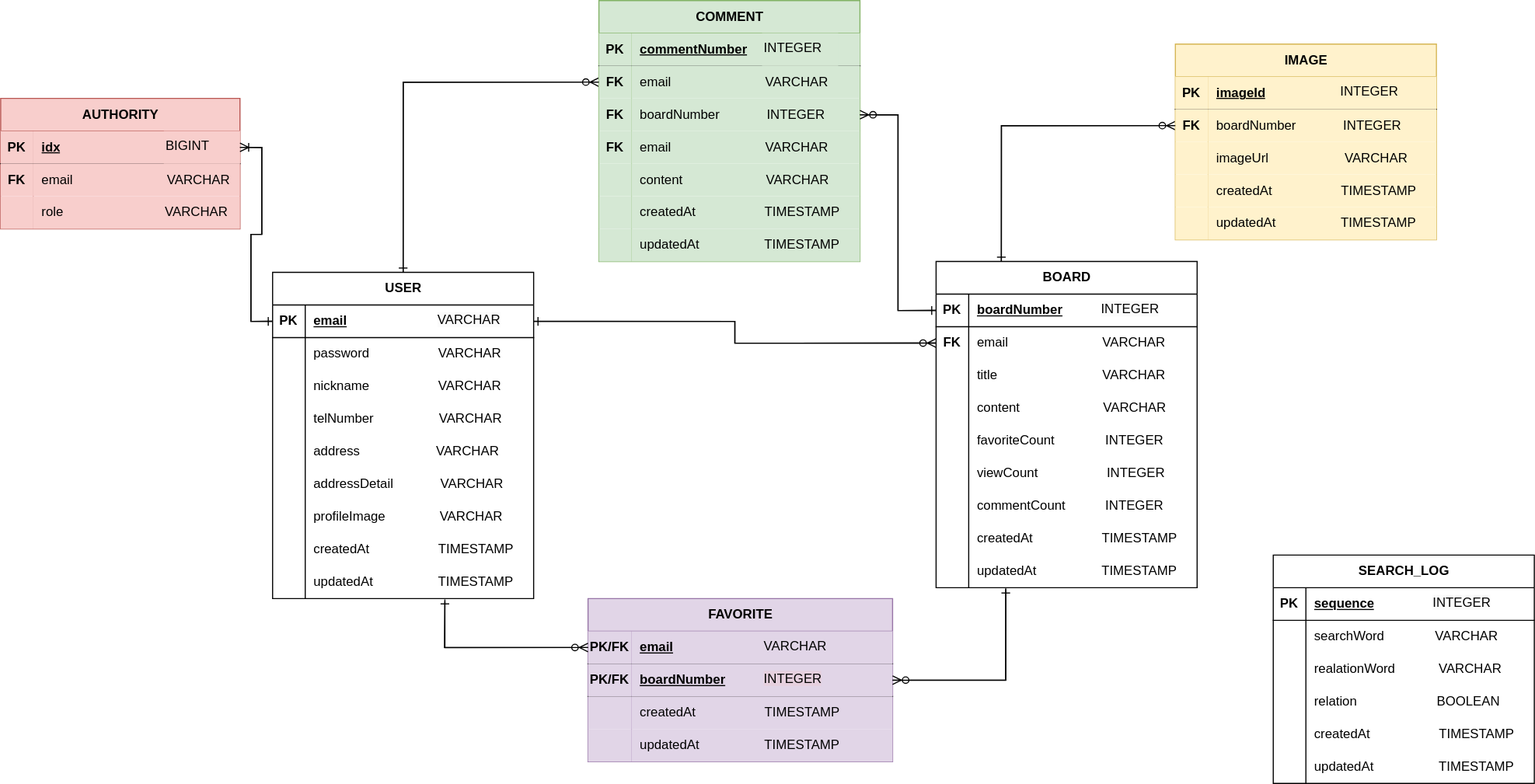
Before: ZoosBlog.drawio.svg, a diagram exported from draw.io (beginner0107/spring-react-blog). Source tidied: cells renumbered, new cells last; positions are measured from the earlier drawing's top-left corner, leaving out a move shared by most shapes.
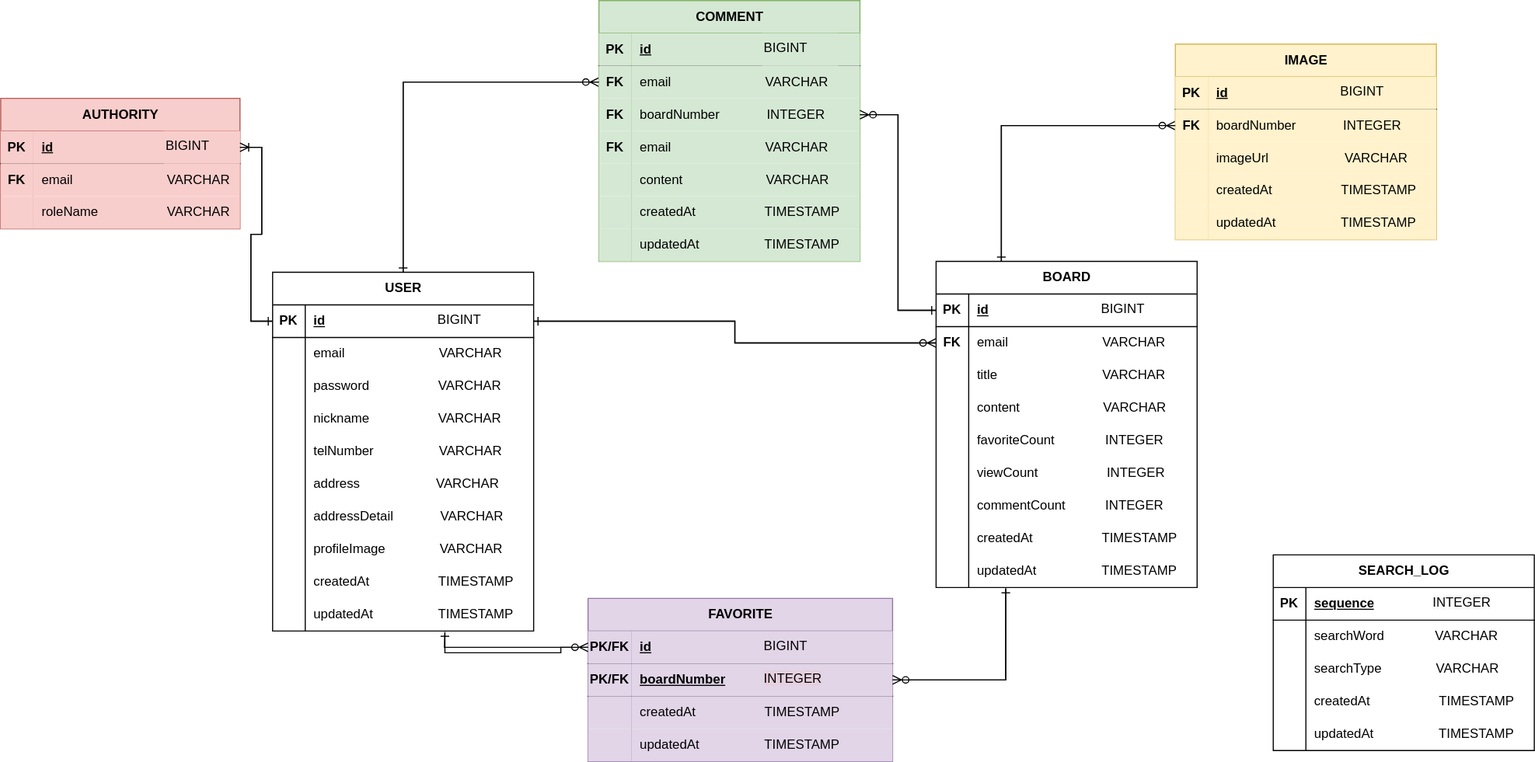
After the change.

The edit, as a diff of the source:
```diff
@@ -8,3 +8,3 @@
     <mxCell id="3" value="USER" style="shape=table;startSize=30;rowLines=0;fontStyle=1;align=center;html=1;" parent="1" vertex="1">
-      <mxGeometry x="250" y="250" width="240" height="300" as="geometry" />
+      <mxGeometry x="250" y="250" width="240" height="330" as="geometry" />
     </mxCell>
@@ -16,3 +16,3 @@
     </mxCell>
-    <mxCell id="6" value="email" style="shape=partialRectangle;fillColor=none;top=0;left=0;bottom=0;right=0;align=left;spacingLeft=6;fontStyle=5;overflow=hidden;whiteSpace=wrap;html=1;" parent="4" vertex="1">
+    <mxCell id="6" value="id" style="shape=partialRectangle;fillColor=none;top=0;left=0;bottom=0;right=0;align=left;spacingLeft=6;fontStyle=5;overflow=hidden;whiteSpace=wrap;html=1;" parent="4" vertex="1">
       <mxGeometry x="30" width="210" height="30" as="geometry" />
@@ -25,7 +25,16 @@
     </mxCell>
-    <mxCell id="9" value="password&amp;nbsp; &amp;nbsp; &amp;nbsp; &amp;nbsp; &amp;nbsp; &amp;nbsp; &amp;nbsp; &amp;nbsp; &amp;nbsp; &amp;nbsp;VARCHAR" style="shape=partialRectangle;fillColor=none;top=0;left=0;bottom=0;right=0;align=left;spacingLeft=6;overflow=hidden;whiteSpace=wrap;html=1;" parent="7" vertex="1">
+    <mxCell id="9" value="email&amp;nbsp; &amp;nbsp; &amp;nbsp; &amp;nbsp; &amp;nbsp; &amp;nbsp; &amp;nbsp; &amp;nbsp; &amp;nbsp; &amp;nbsp; &amp;nbsp; &amp;nbsp; &amp;nbsp; VARCHAR" style="shape=partialRectangle;fillColor=none;top=0;left=0;bottom=0;right=0;align=left;spacingLeft=6;overflow=hidden;whiteSpace=wrap;html=1;" parent="7" vertex="1">
       <mxGeometry x="30" width="210" height="30" as="geometry" />
     </mxCell>
+    <mxCell id="160" style="shape=tableRow;horizontal=0;startSize=0;swimlaneHead=0;swimlaneBody=0;fillColor=none;top=0;left=0;right=0;bottom=0;" parent="3" vertex="1">
+      <mxGeometry y="90" width="240" height="30" as="geometry" />
+    </mxCell>
+    <mxCell id="151" style="shape=partialRectangle;fillColor=none;top=0;left=0;bottom=0;right=0;overflow=hidden;whiteSpace=wrap;html=1;" parent="160" vertex="1">
+      <mxGeometry width="30" height="30" as="geometry" />
+    </mxCell>
+    <mxCell id="161" value="password&amp;nbsp; &amp;nbsp; &amp;nbsp; &amp;nbsp; &amp;nbsp; &amp;nbsp; &amp;nbsp; &amp;nbsp; &amp;nbsp; &amp;nbsp;VARCHAR" style="shape=partialRectangle;fillColor=none;top=0;left=0;bottom=0;right=0;align=left;spacingLeft=6;overflow=hidden;whiteSpace=wrap;html=1;" parent="160" vertex="1">
+      <mxGeometry x="30" width="210" height="30" as="geometry" />
+    </mxCell>
     <mxCell id="10" style="shape=tableRow;horizontal=0;startSize=0;swimlaneHead=0;swimlaneBody=0;fillColor=none;top=0;left=0;right=0;bottom=0;" parent="3" vertex="1">
-      <mxGeometry y="90" width="240" height="30" as="geometry" />
+      <mxGeometry y="120" width="240" height="30" as="geometry" />
     </mxCell>
@@ -38,3 +47,3 @@
     <mxCell id="13" style="shape=tableRow;horizontal=0;startSize=0;swimlaneHead=0;swimlaneBody=0;fillColor=none;top=0;left=0;right=0;bottom=0;" parent="3" vertex="1">
-      <mxGeometry y="120" width="240" height="30" as="geometry" />
+      <mxGeometry y="150" width="240" height="30" as="geometry" />
     </mxCell>
@@ -47,3 +56,3 @@
     <mxCell id="16" style="shape=tableRow;horizontal=0;startSize=0;swimlaneHead=0;swimlaneBody=0;fillColor=none;top=0;left=0;right=0;bottom=0;" parent="3" vertex="1">
-      <mxGeometry y="150" width="240" height="30" as="geometry" />
+      <mxGeometry y="180" width="240" height="30" as="geometry" />
     </mxCell>
@@ -56,3 +65,3 @@
     <mxCell id="19" style="shape=tableRow;horizontal=0;startSize=0;swimlaneHead=0;swimlaneBody=0;fillColor=none;top=0;left=0;right=0;bottom=0;" parent="3" vertex="1">
-      <mxGeometry y="180" width="240" height="30" as="geometry" />
+      <mxGeometry y="210" width="240" height="30" as="geometry" />
     </mxCell>
@@ -65,3 +74,3 @@
     <mxCell id="22" style="shape=tableRow;horizontal=0;startSize=0;swimlaneHead=0;swimlaneBody=0;fillColor=none;top=0;left=0;right=0;bottom=0;" parent="3" vertex="1">
-      <mxGeometry y="210" width="240" height="30" as="geometry" />
+      <mxGeometry y="240" width="240" height="30" as="geometry" />
     </mxCell>
@@ -74,3 +83,3 @@
     <mxCell id="25" style="shape=tableRow;horizontal=0;startSize=0;swimlaneHead=0;swimlaneBody=0;fillColor=none;top=0;left=0;right=0;bottom=0;" parent="3" vertex="1">
-      <mxGeometry y="240" width="240" height="30" as="geometry" />
+      <mxGeometry y="270" width="240" height="30" as="geometry" />
     </mxCell>
@@ -83,3 +92,3 @@
     <mxCell id="28" style="shape=tableRow;horizontal=0;startSize=0;swimlaneHead=0;swimlaneBody=0;fillColor=none;points=[[0,0.5],[1,0.5]];portConstraint=eastwest;top=0;left=0;right=0;bottom=0;" parent="3" vertex="1">
-      <mxGeometry y="270" width="240" height="30" as="geometry" />
+      <mxGeometry y="300" width="240" height="30" as="geometry" />
     </mxCell>
@@ -100,3 +109,3 @@
     </mxCell>
-    <mxCell id="34" value="idx" style="shape=partialRectangle;fillColor=#f8cecc;top=0;left=0;bottom=0;right=0;align=left;spacingLeft=6;fontStyle=5;overflow=hidden;whiteSpace=wrap;html=1;strokeColor=#b85450;" parent="32" vertex="1">
+    <mxCell id="34" value="id" style="shape=partialRectangle;fillColor=#f8cecc;top=0;left=0;bottom=0;right=0;align=left;spacingLeft=6;fontStyle=5;overflow=hidden;whiteSpace=wrap;html=1;strokeColor=#b85450;" parent="32" vertex="1">
       <mxGeometry x="30" width="190" height="30" as="geometry" />
@@ -118,6 +127,6 @@
     </mxCell>
-    <mxCell id="40" value="role&amp;nbsp; &amp;nbsp; &amp;nbsp; &amp;nbsp; &amp;nbsp; &amp;nbsp; &amp;nbsp; &amp;nbsp; &amp;nbsp; &amp;nbsp; &amp;nbsp; &amp;nbsp; &amp;nbsp; &amp;nbsp; VARCHAR" style="shape=partialRectangle;fillColor=#f8cecc;top=0;left=0;bottom=0;right=0;align=left;spacingLeft=6;overflow=hidden;whiteSpace=wrap;html=1;strokeColor=#b85450;" parent="38" vertex="1">
+    <mxCell id="40" value="roleName&amp;nbsp; &amp;nbsp; &amp;nbsp; &amp;nbsp; &amp;nbsp; &amp;nbsp; &amp;nbsp; &amp;nbsp; &amp;nbsp; &amp;nbsp;VARCHAR" style="shape=partialRectangle;fillColor=#f8cecc;top=0;left=0;bottom=0;right=0;align=left;spacingLeft=6;overflow=hidden;whiteSpace=wrap;html=1;strokeColor=#b85450;" parent="38" vertex="1">
       <mxGeometry x="30" width="190" height="30" as="geometry" />
     </mxCell>
-    <mxCell id="41" value="&lt;span style=&quot;color: rgb(0, 0, 0); font-family: Helvetica; font-size: 12px; font-style: normal; font-variant-ligatures: normal; font-variant-caps: normal; font-weight: 400; letter-spacing: normal; orphans: 2; text-align: left; text-indent: 0px; text-transform: none; widows: 2; word-spacing: 0px; -webkit-text-stroke-width: 0px; background-color: rgb(251, 251, 251); text-decoration-thickness: initial; text-decoration-style: initial; text-decoration-color: initial; float: none; display: inline !important;&quot;&gt;VARCHAR&lt;/span&gt;" style="text;whiteSpace=wrap;html=1;fontSize=12;fontFamily=Helvetica;fontColor=default;" parent="1" vertex="1">
+    <mxCell id="41" value="BIGINT" style="text;whiteSpace=wrap;html=1;fontSize=12;fontFamily=Helvetica;fontColor=default;" parent="1" vertex="1">
       <mxGeometry x="400" y="280" width="70" height="30" as="geometry" />
@@ -142,3 +151,3 @@
     </mxCell>
-    <mxCell id="48" value="boardNumber" style="shape=partialRectangle;fillColor=none;top=0;left=0;bottom=0;right=0;align=left;spacingLeft=6;fontStyle=5;overflow=hidden;whiteSpace=wrap;html=1;" parent="46" vertex="1">
+    <mxCell id="48" value="id" style="shape=partialRectangle;fillColor=none;top=0;left=0;bottom=0;right=0;align=left;spacingLeft=6;fontStyle=5;overflow=hidden;whiteSpace=wrap;html=1;" parent="46" vertex="1">
       <mxGeometry x="30" width="210" height="30" as="geometry" />
@@ -217,3 +226,3 @@
     </mxCell>
-    <mxCell id="73" value="&lt;span style=&quot;background-color: rgb(251, 251, 251);&quot;&gt;INTEGER&lt;/span&gt;" style="text;whiteSpace=wrap;html=1;fontSize=12;fontFamily=Helvetica;fontColor=default;" parent="1" vertex="1">
+    <mxCell id="73" value="BIGINT" style="text;whiteSpace=wrap;html=1;fontSize=12;fontFamily=Helvetica;fontColor=default;" parent="1" vertex="1">
       <mxGeometry x="1010" y="270" width="70" height="30" as="geometry" />
@@ -235,3 +244,3 @@
     </mxCell>
-    <mxCell id="79" value="commentNumber" style="shape=partialRectangle;fillColor=#d5e8d4;top=0;left=0;bottom=0;right=0;align=left;spacingLeft=6;fontStyle=5;overflow=hidden;whiteSpace=wrap;html=1;strokeColor=#82b366;" parent="77" vertex="1">
+    <mxCell id="79" value="id" style="shape=partialRectangle;fillColor=#d5e8d4;top=0;left=0;bottom=0;right=0;align=left;spacingLeft=6;fontStyle=5;overflow=hidden;whiteSpace=wrap;html=1;strokeColor=#82b366;" parent="77" vertex="1">
       <mxGeometry x="30" width="210" height="30" as="geometry" />
@@ -309,3 +318,3 @@
     </mxCell>
-    <mxCell id="102" value="&lt;span style=&quot;background-color: rgb(213, 232, 212);&quot;&gt;INTEGER&lt;/span&gt;" style="text;whiteSpace=wrap;html=1;fontSize=12;fontFamily=Helvetica;fillColor=#d5e8d4;strokeColor=none;" parent="1" vertex="1">
+    <mxCell id="102" value="BIGINT" style="text;whiteSpace=wrap;html=1;fontSize=12;fontFamily=Helvetica;fillColor=#d5e8d4;strokeColor=none;" parent="1" vertex="1">
       <mxGeometry x="700" y="30" width="70" height="30" as="geometry" />
@@ -321,3 +330,3 @@
     </mxCell>
-    <mxCell id="106" value="email" style="shape=partialRectangle;fillColor=#e1d5e7;top=0;left=0;bottom=0;right=0;align=left;spacingLeft=6;fontStyle=5;overflow=hidden;whiteSpace=wrap;html=1;strokeColor=#9673a6;" parent="104" vertex="1">
+    <mxCell id="106" value="id" style="shape=partialRectangle;fillColor=#e1d5e7;top=0;left=0;bottom=0;right=0;align=left;spacingLeft=6;fontStyle=5;overflow=hidden;whiteSpace=wrap;html=1;strokeColor=#9673a6;" parent="104" vertex="1">
       <mxGeometry x="40" width="240" height="30" as="geometry" />
@@ -374,3 +383,3 @@
     </mxCell>
-    <mxCell id="121" value="&lt;span style=&quot;color: rgb(0, 0, 0); font-family: Helvetica; font-size: 12px; font-style: normal; font-variant-ligatures: normal; font-variant-caps: normal; font-weight: 400; letter-spacing: normal; orphans: 2; text-align: left; text-indent: 0px; text-transform: none; widows: 2; word-spacing: 0px; -webkit-text-stroke-width: 0px; text-decoration-thickness: initial; text-decoration-style: initial; text-decoration-color: initial; float: none; display: inline !important; background-color: rgb(225, 213, 231);&quot;&gt;VARCHAR&lt;/span&gt;" style="text;whiteSpace=wrap;html=1;fontSize=12;fontFamily=Helvetica;fontColor=default;" parent="1" vertex="1">
+    <mxCell id="121" value="BIGINT" style="text;whiteSpace=wrap;html=1;fontSize=12;fontFamily=Helvetica;fontColor=default;" parent="1" vertex="1">
       <mxGeometry x="700" y="580" width="70" height="30" as="geometry" />
@@ -386,3 +395,3 @@
     </mxCell>
-    <mxCell id="125" value="imageId" style="shape=partialRectangle;fillColor=#fff2cc;top=0;left=0;bottom=0;right=0;align=left;spacingLeft=6;fontStyle=5;overflow=hidden;whiteSpace=wrap;html=1;strokeColor=#d6b656;" parent="123" vertex="1">
+    <mxCell id="125" value="id" style="shape=partialRectangle;fillColor=#fff2cc;top=0;left=0;bottom=0;right=0;align=left;spacingLeft=6;fontStyle=5;overflow=hidden;whiteSpace=wrap;html=1;strokeColor=#d6b656;" parent="123" vertex="1">
       <mxGeometry x="30" width="210" height="30" as="geometry" />
@@ -425,3 +434,3 @@
     </mxCell>
-    <mxCell id="138" value="&lt;span style=&quot;background-color: rgb(255, 242, 204);&quot;&gt;INTEGER&lt;/span&gt;" style="text;whiteSpace=wrap;html=1;fontSize=12;fontFamily=Helvetica;" parent="1" vertex="1">
+    <mxCell id="138" value="BIGINT" style="text;whiteSpace=wrap;html=1;fontSize=12;fontFamily=Helvetica;" parent="1" vertex="1">
       <mxGeometry x="1230" y="70" width="70" height="30" as="geometry" />
@@ -432,3 +441,3 @@
     <mxCell id="140" value="SEARCH_LOG" style="shape=table;startSize=30;rowLines=0;fontStyle=1;align=center;html=1;" parent="1" vertex="1">
-      <mxGeometry x="1170" y="510" width="240" height="210" as="geometry" />
+      <mxGeometry x="1170" y="510" width="240" height="180" as="geometry" />
     </mxCell>
@@ -458,16 +467,7 @@
     </mxCell>
-    <mxCell id="149" value="realationWord&amp;nbsp; &amp;nbsp; &amp;nbsp; &amp;nbsp; &amp;nbsp; &amp;nbsp; VARCHAR" style="shape=partialRectangle;fillColor=none;top=0;left=0;bottom=0;right=0;align=left;spacingLeft=6;overflow=hidden;whiteSpace=wrap;html=1;" parent="147" vertex="1">
+    <mxCell id="149" value="searchType&amp;nbsp; &amp;nbsp; &amp;nbsp; &amp;nbsp; &amp;nbsp; &amp;nbsp; &amp;nbsp; &amp;nbsp;VARCHAR" style="shape=partialRectangle;fillColor=none;top=0;left=0;bottom=0;right=0;align=left;spacingLeft=6;overflow=hidden;whiteSpace=wrap;html=1;" parent="147" vertex="1">
       <mxGeometry x="30" width="210" height="30" as="geometry" />
     </mxCell>
-    <mxCell id="150" style="shape=tableRow;horizontal=0;startSize=0;swimlaneHead=0;swimlaneBody=0;fillColor=none;top=0;left=0;right=0;bottom=0;" parent="140" vertex="1">
-      <mxGeometry y="120" width="240" height="30" as="geometry" />
-    </mxCell>
-    <mxCell id="151" style="shape=partialRectangle;fillColor=none;top=0;left=0;bottom=0;right=0;overflow=hidden;whiteSpace=wrap;html=1;" parent="150" vertex="1">
-      <mxGeometry width="30" height="30" as="geometry" />
-    </mxCell>
-    <mxCell id="152" value="relation&amp;nbsp; &amp;nbsp; &amp;nbsp; &amp;nbsp; &amp;nbsp; &amp;nbsp; &amp;nbsp; &amp;nbsp; &amp;nbsp; &amp;nbsp; &amp;nbsp; BOOLEAN" style="shape=partialRectangle;fillColor=none;top=0;left=0;bottom=0;right=0;align=left;spacingLeft=6;overflow=hidden;whiteSpace=wrap;html=1;" parent="150" vertex="1">
-      <mxGeometry x="30" width="210" height="30" as="geometry" />
-    </mxCell>
     <mxCell id="153" style="shape=tableRow;horizontal=0;startSize=0;swimlaneHead=0;swimlaneBody=0;fillColor=none;top=0;left=0;right=0;bottom=0;" parent="140" vertex="1">
-      <mxGeometry y="150" width="240" height="30" as="geometry" />
+      <mxGeometry y="120" width="240" height="30" as="geometry" />
     </mxCell>
@@ -480,3 +480,3 @@
     <mxCell id="156" style="shape=tableRow;horizontal=0;startSize=0;swimlaneHead=0;swimlaneBody=0;fillColor=none;top=0;left=0;right=0;bottom=0;" parent="140" vertex="1">
-      <mxGeometry y="180" width="240" height="30" as="geometry" />
+      <mxGeometry y="150" width="240" height="30" as="geometry" />
     </mxCell>
```
